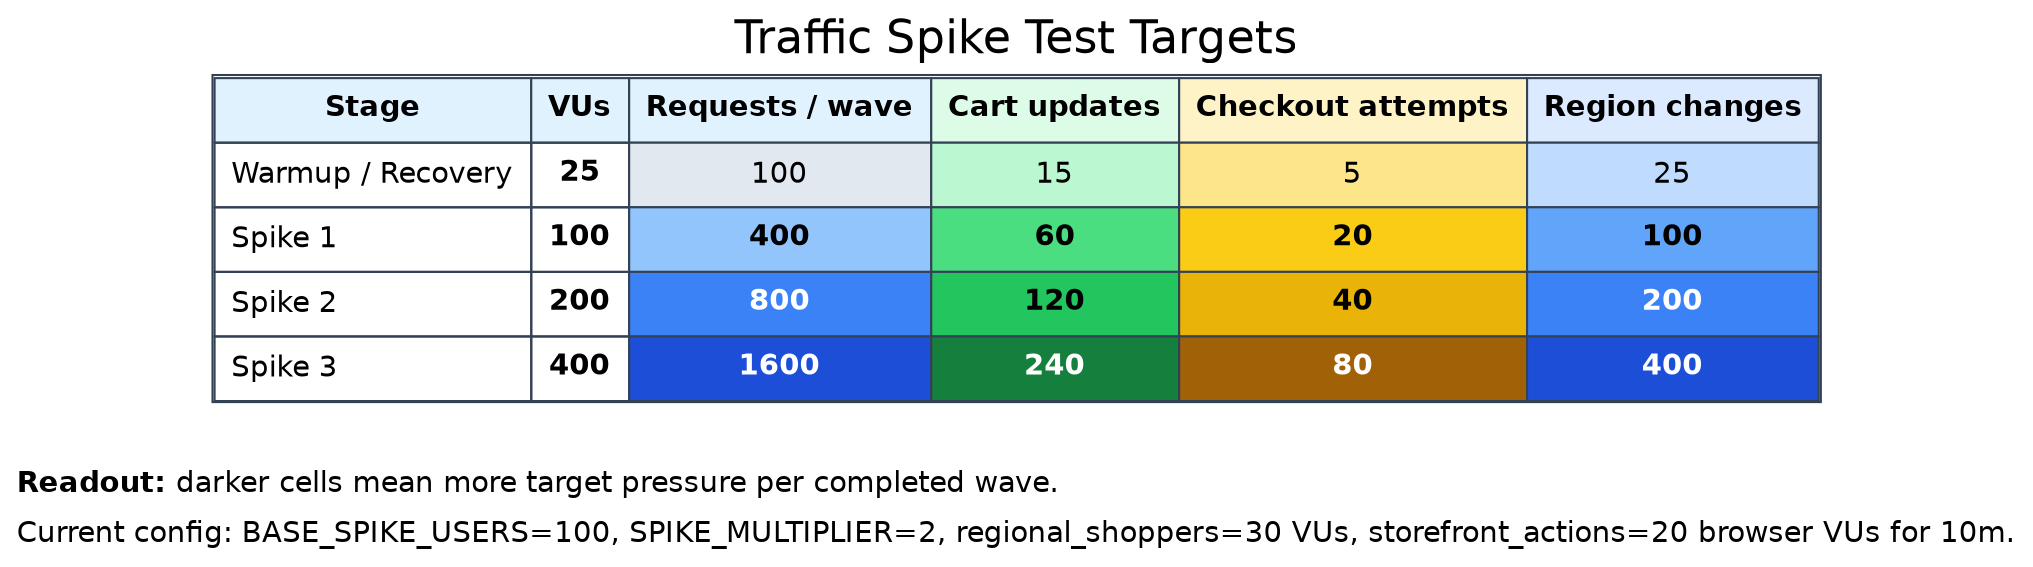
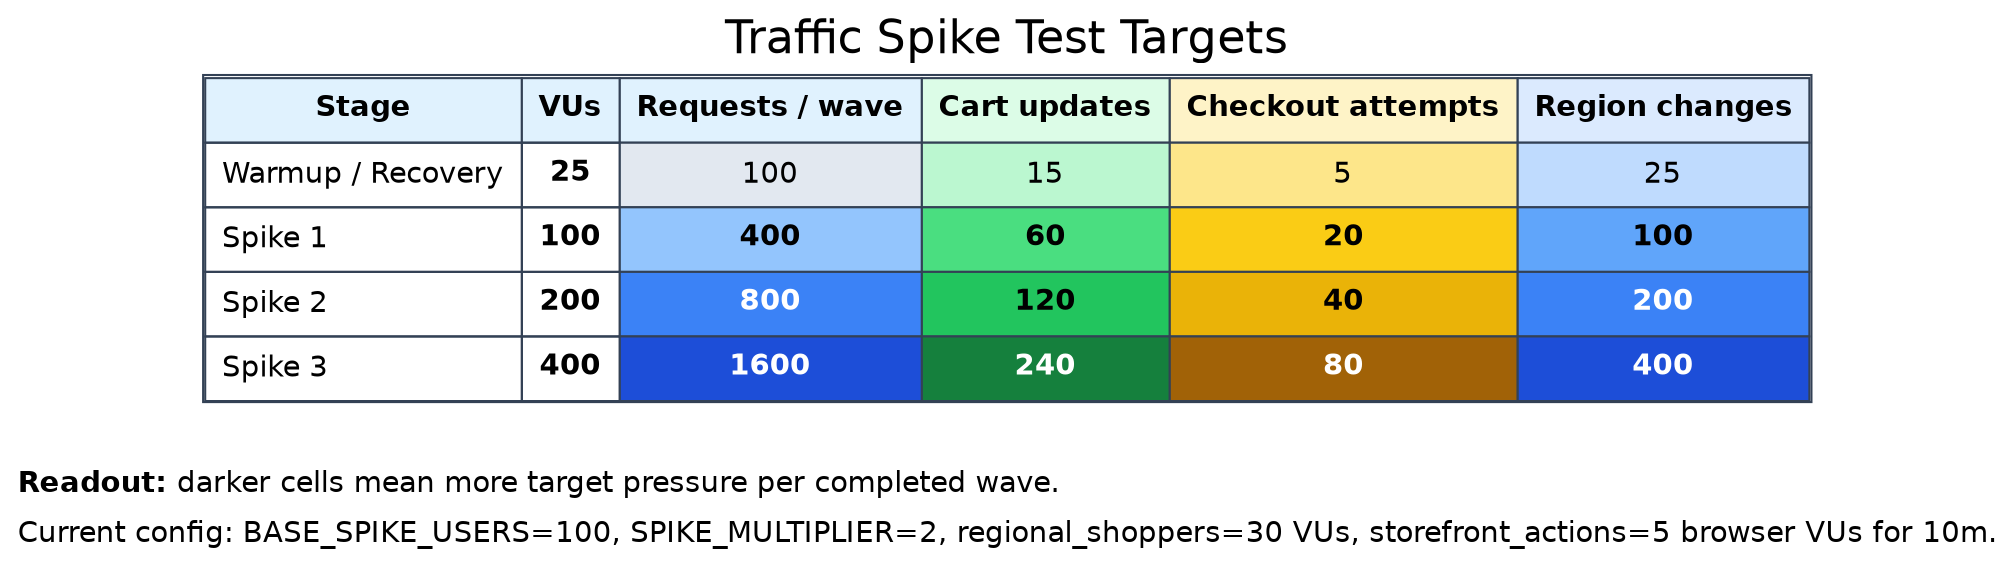
digraph traffic_spike_target_heatmap {
  graph [rankdir=TB, labelloc=t, label="Traffic Spike Test Targets", fontsize=22, fontname="Helvetica", nodesep=0.35, ranksep=0.4];
  node [shape=plain, fontname="Helvetica"];
  edge [style=invis];

  target_heatmap [label=<
    <TABLE BORDER="1" CELLBORDER="1" CELLSPACING="0" CELLPADDING="7" COLOR="#334155">
      <TR><TD BGCOLOR="#e0f2fe"><B>Stage</B></TD><TD BGCOLOR="#e0f2fe"><B>VUs</B></TD><TD BGCOLOR="#e0f2fe"><B>Requests / wave</B></TD><TD BGCOLOR="#dcfce7"><B>Cart updates</B></TD><TD BGCOLOR="#fef3c7"><B>Checkout attempts</B></TD><TD BGCOLOR="#dbeafe"><B>Region changes</B></TD></TR>
      <TR><TD ALIGN="LEFT">Warmup / Recovery</TD><TD><B>25</B></TD><TD BGCOLOR="#e2e8f0">100</TD><TD BGCOLOR="#bbf7d0">15</TD><TD BGCOLOR="#fde68a">5</TD><TD BGCOLOR="#bfdbfe">25</TD></TR>
      <TR><TD ALIGN="LEFT">Spike 1</TD><TD><B>100</B></TD><TD BGCOLOR="#93c5fd"><B>400</B></TD><TD BGCOLOR="#4ade80"><B>60</B></TD><TD BGCOLOR="#facc15"><B>20</B></TD><TD BGCOLOR="#60a5fa"><B>100</B></TD></TR>
      <TR><TD ALIGN="LEFT">Spike 2</TD><TD><B>200</B></TD><TD BGCOLOR="#3b82f6"><FONT COLOR="white"><B>800</B></FONT></TD><TD BGCOLOR="#22c55e"><B>120</B></TD><TD BGCOLOR="#eab308"><B>40</B></TD><TD BGCOLOR="#3b82f6"><FONT COLOR="white"><B>200</B></FONT></TD></TR>
      <TR><TD ALIGN="LEFT">Spike 3</TD><TD><B>400</B></TD><TD BGCOLOR="#1d4ed8"><FONT COLOR="white"><B>1600</B></FONT></TD><TD BGCOLOR="#15803d"><FONT COLOR="white"><B>240</B></FONT></TD><TD BGCOLOR="#a16207"><FONT COLOR="white"><B>80</B></FONT></TD><TD BGCOLOR="#1d4ed8"><FONT COLOR="white"><B>400</B></FONT></TD></TR>
    </TABLE>
  >];

  target_note [label=<
    <TABLE BORDER="0" CELLBORDER="0" CELLSPACING="0" CELLPADDING="4">
      <TR><TD ALIGN="LEFT"><B>Readout:</B> darker cells mean more target pressure per completed wave.</TD></TR>
-       <TR><TD ALIGN="LEFT">Current config: BASE_SPIKE_USERS=100, SPIKE_MULTIPLIER=2, regional_shoppers=30 VUs, storefront_actions=20 browser VUs for 10m.</TD></TR>
+       <TR><TD ALIGN="LEFT">Current config: BASE_SPIKE_USERS=100, SPIKE_MULTIPLIER=2, regional_shoppers=30 VUs, storefront_actions=5 browser VUs for 10m.</TD></TR>
    </TABLE>
  >];

  target_heatmap -> target_note;
}

